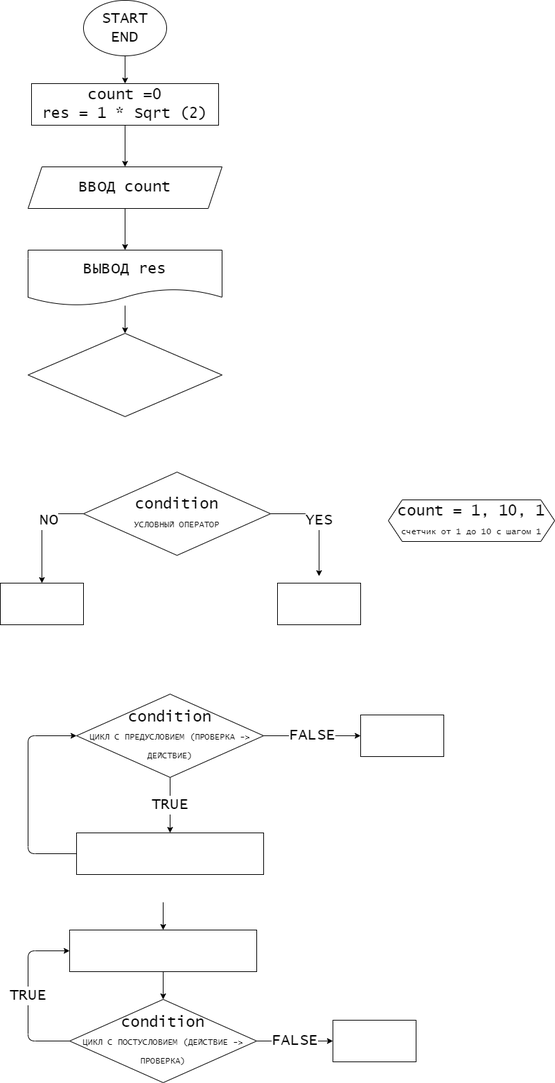
Before: ex000.drawio.png, a diagram exported from draw.io (JuliaDevitskaya/practice_temp). Source tidied: cells renumbered, new cells last; positions are measured from the earlier drawing's top-left corner, leaving out a move shared by most shapes.
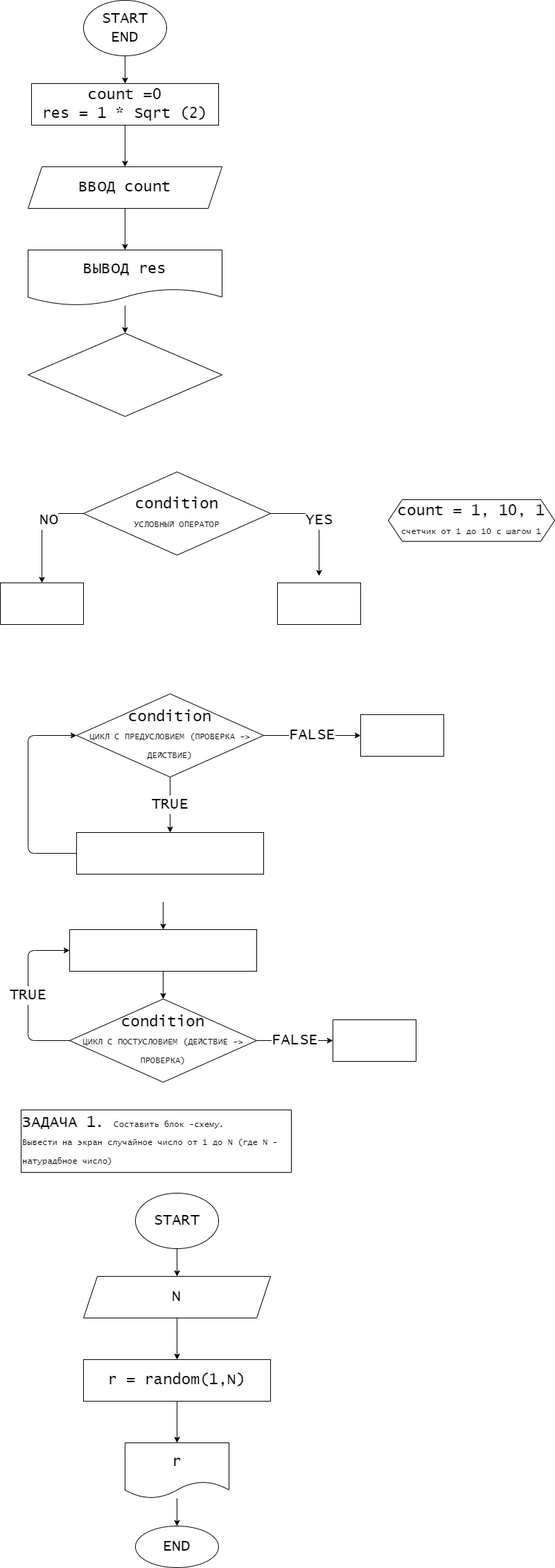
Above is the later version.

Commit message:
ex Вывести на экран случайное число от 1 до N

The edit, as a diff of the source:
```diff
@@ -108,5 +108,35 @@
     <mxCell id="29" value="count = 1, 10, 1&lt;br&gt;&lt;font style=&quot;font-size: 12px&quot;&gt;счетчик от 1 до 10 с шагом 1&lt;/font&gt;" style="shape=hexagon;perimeter=hexagonPerimeter2;whiteSpace=wrap;html=1;fixedSize=1;fontFamily=Lucida Console;fontSize=22;" parent="1" vertex="1">
       <mxGeometry x="560" y="720" width="240" height="60" as="geometry" />
     </mxCell>
+    <mxCell id="30" style="edgeStyle=none;html=1;fontFamily=Lucida Console;fontSize=12;" parent="1" edge="1" source="31" target="34">
+      <mxGeometry relative="1" as="geometry" />
+    </mxCell>
+    <mxCell id="31" value="START" style="ellipse;whiteSpace=wrap;html=1;fontSize=22;fontFamily=Lucida Console;" parent="1" vertex="1">
+      <mxGeometry x="195" y="1720" width="120" height="80" as="geometry" />
+    </mxCell>
+    <mxCell id="32" value="ЗАДАЧА 1. &lt;font style=&quot;font-size: 12px&quot;&gt;Составить блок -схему.&amp;nbsp;&lt;br&gt;Вывести на экран случайное число от 1 до N (где N - натурадбное число)&lt;/font&gt;" style="rounded=0;whiteSpace=wrap;html=1;fontFamily=Lucida Console;fontSize=22;align=left;" parent="1" vertex="1">
+      <mxGeometry x="30" y="1600" width="390" height="90" as="geometry" />
+    </mxCell>
+    <mxCell id="33" style="edgeStyle=none;html=1;fontFamily=Lucida Console;fontSize=12;" parent="1" edge="1" source="34" target="36">
+      <mxGeometry relative="1" as="geometry" />
+    </mxCell>
+    <mxCell id="34" value="N" style="shape=parallelogram;perimeter=parallelogramPerimeter;whiteSpace=wrap;html=1;fixedSize=1;fontSize=22;fontFamily=Lucida Console;" parent="1" vertex="1">
+      <mxGeometry x="120" y="1840" width="270" height="60" as="geometry" />
+    </mxCell>
+    <mxCell id="35" style="edgeStyle=none;html=1;fontFamily=Lucida Console;fontSize=12;" parent="1" edge="1" source="36" target="38">
+      <mxGeometry relative="1" as="geometry" />
+    </mxCell>
+    <mxCell id="36" value="r = random(1,N)" style="whiteSpace=wrap;html=1;fontSize=22;fontFamily=Lucida Console;" parent="1" vertex="1">
+      <mxGeometry x="120" y="1960" width="270" height="60" as="geometry" />
+    </mxCell>
+    <mxCell id="37" style="edgeStyle=none;html=1;fontFamily=Lucida Console;fontSize=12;" parent="1" edge="1" source="38" target="39">
+      <mxGeometry relative="1" as="geometry" />
+    </mxCell>
+    <mxCell id="38" value="r" style="shape=document;whiteSpace=wrap;html=1;boundedLbl=1;fontSize=22;fontFamily=Lucida Console;" parent="1" vertex="1">
+      <mxGeometry x="180" y="2080" width="150" height="80" as="geometry" />
+    </mxCell>
+    <mxCell id="39" value="END" style="ellipse;whiteSpace=wrap;html=1;fontSize=22;fontFamily=Lucida Console;" parent="1" vertex="1">
+      <mxGeometry x="195" y="2200" width="120" height="60" as="geometry" />
+    </mxCell>
   </root>
 </mxGraphModel>
```
